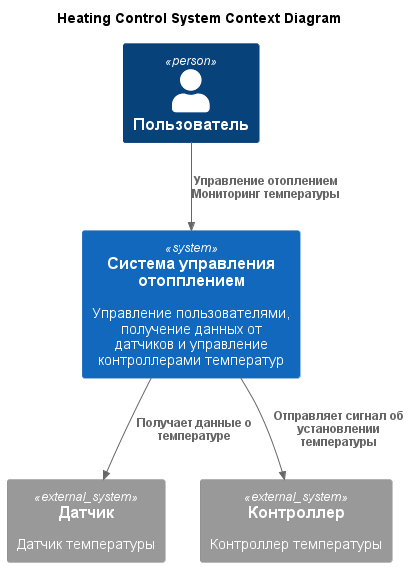
Above: arch/current state/Context-Heating_Control_System_Context_Diagram.png in asbelon/architecture-sprint-3 (PlantUML), before the change. The source it was exported from:
```plantuml
@startuml
title Heating Control System Context Diagram

top to bottom direction

!includeurl https://raw.githubusercontent.com/RicardoNiepel/C4-PlantUML/master/C4_Component.puml

Person(user, "Пользователь", "")
System(HeatingControlSystem, "Система управления отопплением", "Управление пользователями, получение данных от датчиков и управление контроллерами температур")

System_Ext(sensor, "Датчик", "Датчик температуры")
System_Ext(controller, "Контроллер", "Контроллер температуры")

Rel(user, HeatingControlSystem, "Управление отоплением\nМониторинг температуры")
Rel(HeatingControlSystem,sensor,"Получает данные о температуре")
Rel(HeatingControlSystem,controller,"Отправляет сигнал об установлении температуры")

@enduml
```
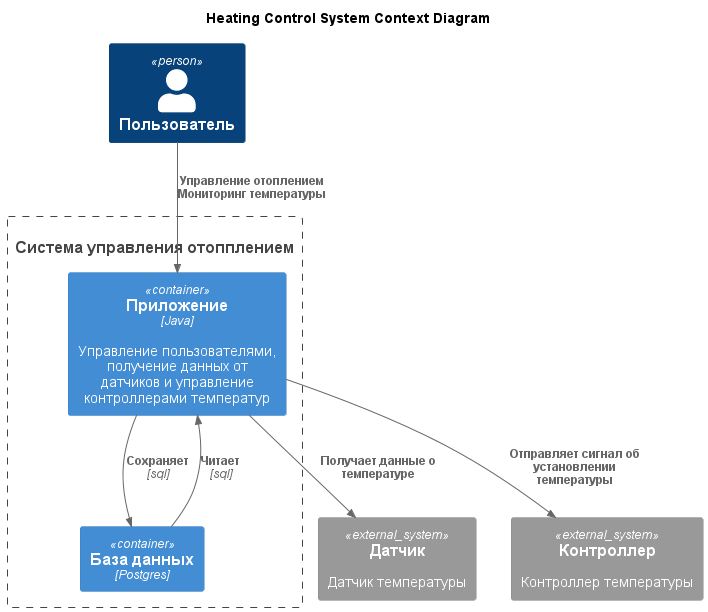
The same file after the commit.

The edit, as a diff of the source:
```diff
@@ -5,14 +5,21 @@
 
 !includeurl https://raw.githubusercontent.com/RicardoNiepel/C4-PlantUML/master/C4_Component.puml
 
-Person(user, "Пользователь", "")
-System(HeatingControlSystem, "Система управления отопплением", "Управление пользователями, получение данных от датчиков и управление контроллерами температур")
+Person(user, "Пользователь")
+System(HeatingControlSystem, "Система управления отопплением")
+
+System_Boundary(HeatingControlSystem, "Система управления отопплением") {
+     Container(app, "Приложение", "Java", "Управление пользователями, получение данных от датчиков и управление контроллерами температур")
+     Container(database, "База данных", "Postgres")
+     Rel(app, database, "Сохраняет", "sql")
+     Rel(database, app, "Читает", "sql")
+}
 
 System_Ext(sensor, "Датчик", "Датчик температуры")
 System_Ext(controller, "Контроллер", "Контроллер температуры")
 
-Rel(user, HeatingControlSystem, "Управление отоплением\nМониторинг температуры")
-Rel(HeatingControlSystem,sensor,"Получает данные о температуре")
-Rel(HeatingControlSystem,controller,"Отправляет сигнал об установлении температуры")
+Rel(user, app, "Управление отоплением\nМониторинг температуры")
+Rel(app,sensor,"Получает данные о температуре")
+Rel(app,controller,"Отправляет сигнал об установлении температуры")
 
 @enduml
```
